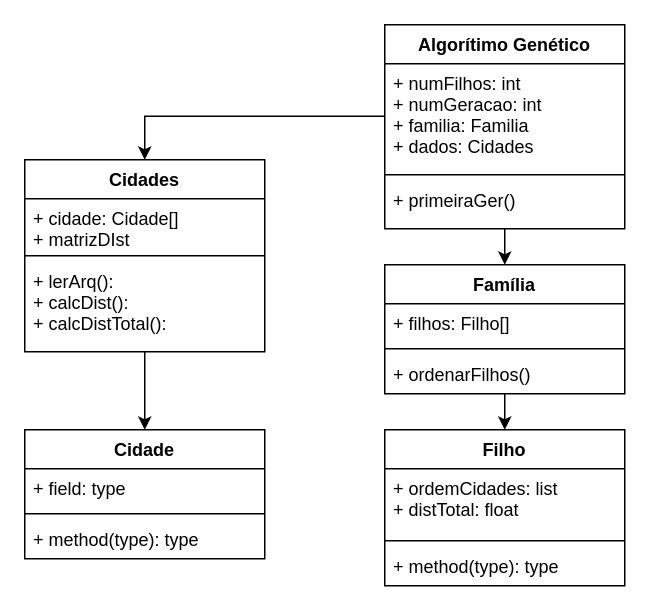
Earlier version of the draw.io diagram DiagramaDeClasses.drawio (IgorNascAlves/GA-TSP). Source tidied: cells renumbered, new cells numbered last; positions are measured from the earlier drawing's top-left corner, leaving out a move shared by most shapes. Both pictures are drawn from the tidied source at 150%, with x=0, y=0 at pixel (24, 24).
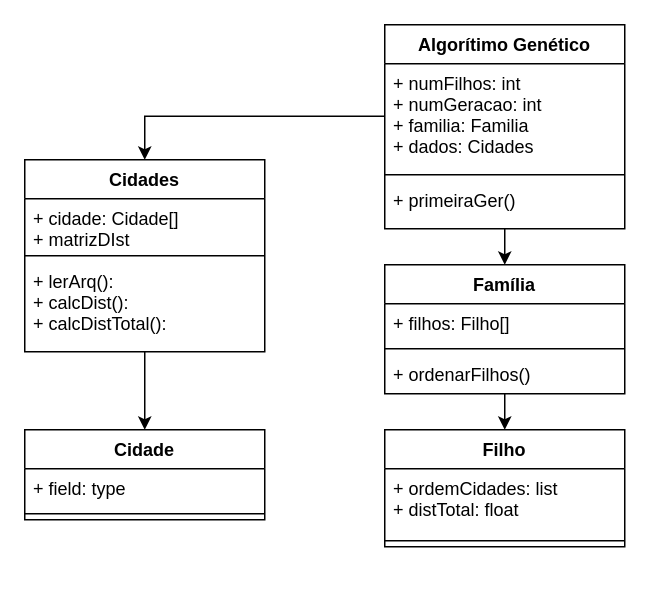
After the change.

Change to the diagram source:
```diff
@@
     <mxCell id="2" value="Cidade" style="swimlane;fontStyle=1;align=center;verticalAlign=top;horizontal=1;startSize=26;" parent="1" vertex="1">
-      <mxGeometry y="270" width="160" height="86" as="geometry" />
+      <mxGeometry y="270" width="160" height="60" as="geometry" />
     </mxCell>
@@
-    <mxCell id="5" value="+ method(type): type" style="text;strokeColor=none;fillColor=none;align=left;verticalAlign=top;spacingLeft=4;spacingRight=4;overflow=hidden;" parent="2" vertex="1">
-      <mxGeometry y="60" width="160" height="26" as="geometry" />
-    </mxCell>
@@
     <mxCell id="21" value="Filho" style="swimlane;fontStyle=1;align=center;verticalAlign=top;horizontal=1;startSize=26;" parent="1" vertex="1">
-      <mxGeometry x="240" y="270" width="160" height="104" as="geometry" />
+      <mxGeometry x="240" y="270" width="160" height="78" as="geometry" />
     </mxCell>
@@
-    <mxCell id="24" value="+ method(type): type" style="text;strokeColor=none;fillColor=none;align=left;verticalAlign=top;spacingLeft=4;spacingRight=4;overflow=hidden;" parent="21" vertex="1">
-      <mxGeometry y="78" width="160" height="26" as="geometry" />
-    </mxCell>
```
